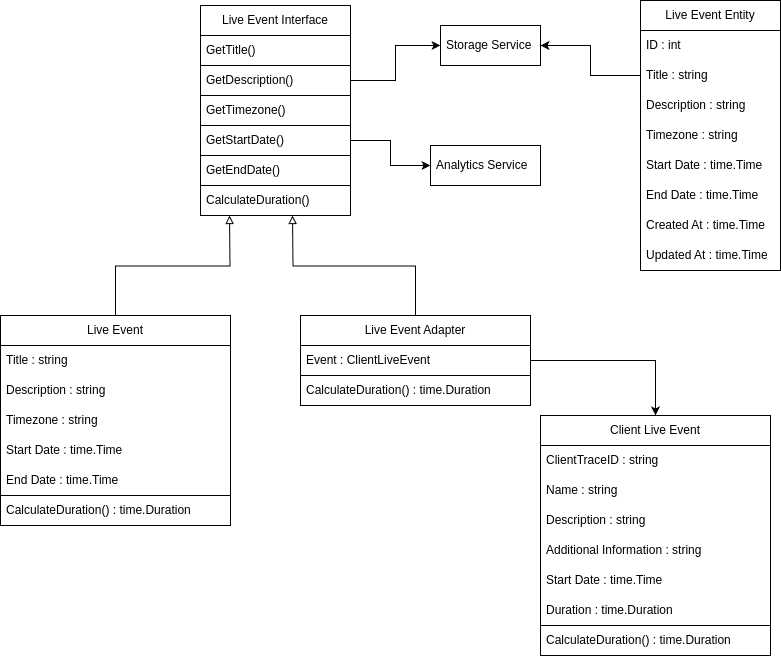
pintotomas/golang-tasks keeps this draw.io diagram as diagrams/task1/new.png. Above is the earlier version. Source tidied: cells renumbered, new cells last; positions are measured from the earlier drawing's top-left corner, leaving out a move shared by most shapes.
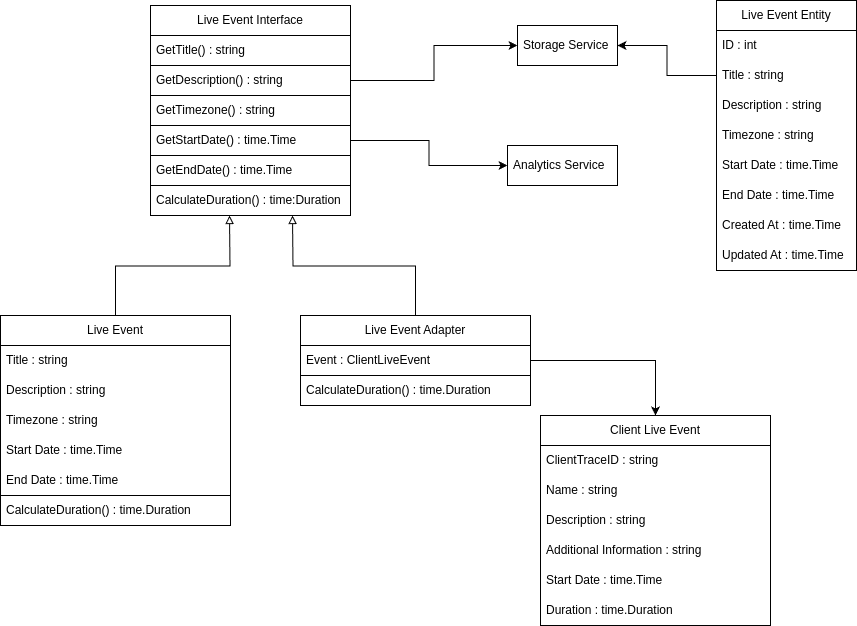
After the commit.

Diff of the diagram source:
```diff
@@ -3,10 +3,10 @@
     <mxCell id="0" />
     <mxCell id="1" parent="0" />
     <mxCell id="2" value="Storage Service" style="rounded=0;whiteSpace=wrap;html=1;strokeColor=default;align=left;verticalAlign=middle;spacingLeft=4;spacingRight=4;fontFamily=Helvetica;fontSize=12;fontColor=default;fillColor=none;gradientColor=none;" parent="1" vertex="1">
-      <mxGeometry x="440" y="25" width="100" height="40" as="geometry" />
+      <mxGeometry x="517" y="25" width="100" height="40" as="geometry" />
     </mxCell>
     <mxCell id="3" value="Analytics Service" style="rounded=0;whiteSpace=wrap;html=1;strokeColor=default;align=left;verticalAlign=middle;spacingLeft=4;spacingRight=4;fontFamily=Helvetica;fontSize=12;fontColor=default;fillColor=none;gradientColor=none;" parent="1" vertex="1">
-      <mxGeometry x="430" y="145" width="110" height="40" as="geometry" />
+      <mxGeometry x="507" y="145" width="110" height="40" as="geometry" />
     </mxCell>
     <mxCell id="4" value="Live Event" style="swimlane;fontStyle=0;horizontal=1;startSize=30;whiteSpace=wrap;html=1;" parent="1" vertex="1">
       <mxGeometry y="315" width="230" height="210" as="geometry" />
@@ -30,7 +30,7 @@
       <mxGeometry y="180" width="230" height="30" as="geometry" />
     </mxCell>
     <mxCell id="11" value="Live Event Entity" style="swimlane;fontStyle=0;horizontal=1;startSize=30;whiteSpace=wrap;html=1;" parent="1" vertex="1">
-      <mxGeometry x="640" width="140" height="270" as="geometry" />
+      <mxGeometry x="716" width="140" height="270" as="geometry" />
     </mxCell>
     <mxCell id="12" value="ID : int" style="text;strokeColor=none;fillColor=none;align=left;verticalAlign=middle;spacingLeft=4;spacingRight=4;overflow=hidden;whiteSpace=wrap;html=1;" parent="11" vertex="1">
       <mxGeometry y="30" width="140" height="30" as="geometry" />
@@ -60,25 +60,25 @@
       <mxGeometry relative="1" as="geometry" />
     </mxCell>
     <mxCell id="21" value="Live Event Interface" style="swimlane;fontStyle=0;horizontal=1;startSize=30;whiteSpace=wrap;html=1;" parent="1" vertex="1">
-      <mxGeometry x="200" y="5" width="150" height="210" as="geometry" />
+      <mxGeometry x="150" y="5" width="200" height="210" as="geometry" />
     </mxCell>
-    <mxCell id="22" value="GetTitle()" style="text;strokeColor=default;fillColor=none;align=left;verticalAlign=middle;spacingLeft=4;spacingRight=4;overflow=hidden;whiteSpace=wrap;html=1;" parent="21" vertex="1">
-      <mxGeometry y="30" width="150" height="30" as="geometry" />
+    <mxCell id="22" value="GetTitle() : string" style="text;strokeColor=default;fillColor=none;align=left;verticalAlign=middle;spacingLeft=4;spacingRight=4;overflow=hidden;whiteSpace=wrap;html=1;" parent="21" vertex="1">
+      <mxGeometry y="30" width="200" height="30" as="geometry" />
     </mxCell>
-    <mxCell id="23" value="GetDescription()" style="text;strokeColor=default;fillColor=none;align=left;verticalAlign=middle;spacingLeft=4;spacingRight=4;overflow=hidden;points=[[0,0.5],[1,0.5]];portConstraint=eastwest;whiteSpace=wrap;html=1;" parent="21" vertex="1">
-      <mxGeometry y="60" width="150" height="30" as="geometry" />
+    <mxCell id="23" value="GetDescription() : string" style="text;strokeColor=default;fillColor=none;align=left;verticalAlign=middle;spacingLeft=4;spacingRight=4;overflow=hidden;points=[[0,0.5],[1,0.5]];portConstraint=eastwest;whiteSpace=wrap;html=1;" parent="21" vertex="1">
+      <mxGeometry y="60" width="200" height="30" as="geometry" />
     </mxCell>
-    <mxCell id="24" value="GetTimezone()" style="text;strokeColor=default;fillColor=none;align=left;verticalAlign=middle;spacingLeft=4;spacingRight=4;overflow=hidden;whiteSpace=wrap;html=1;" parent="21" vertex="1">
-      <mxGeometry y="90" width="150" height="30" as="geometry" />
+    <mxCell id="24" value="GetTimezone() : string" style="text;strokeColor=default;fillColor=none;align=left;verticalAlign=middle;spacingLeft=4;spacingRight=4;overflow=hidden;whiteSpace=wrap;html=1;" parent="21" vertex="1">
+      <mxGeometry y="90" width="200" height="30" as="geometry" />
     </mxCell>
-    <mxCell id="25" value="GetStartDate()" style="text;strokeColor=default;fillColor=none;align=left;verticalAlign=middle;spacingLeft=4;spacingRight=4;overflow=hidden;points=[[0,0.5],[1,0.5]];portConstraint=eastwest;whiteSpace=wrap;html=1;" parent="21" vertex="1">
-      <mxGeometry y="120" width="150" height="30" as="geometry" />
+    <mxCell id="25" value="GetStartDate() : time.Time" style="text;strokeColor=default;fillColor=none;align=left;verticalAlign=middle;spacingLeft=4;spacingRight=4;overflow=hidden;points=[[0,0.5],[1,0.5]];portConstraint=eastwest;whiteSpace=wrap;html=1;" parent="21" vertex="1">
+      <mxGeometry y="120" width="200" height="30" as="geometry" />
     </mxCell>
-    <mxCell id="26" value="GetEndDate()" style="text;strokeColor=default;fillColor=none;align=left;verticalAlign=middle;spacingLeft=4;spacingRight=4;overflow=hidden;whiteSpace=wrap;html=1;" parent="21" vertex="1">
-      <mxGeometry y="150" width="150" height="30" as="geometry" />
+    <mxCell id="26" value="GetEndDate() : time.Time" style="text;strokeColor=default;fillColor=none;align=left;verticalAlign=middle;spacingLeft=4;spacingRight=4;overflow=hidden;whiteSpace=wrap;html=1;" parent="21" vertex="1">
+      <mxGeometry y="150" width="200" height="30" as="geometry" />
     </mxCell>
-    <mxCell id="27" value="CalculateDuration()" style="text;strokeColor=default;fillColor=none;align=left;verticalAlign=middle;spacingLeft=4;spacingRight=4;overflow=hidden;whiteSpace=wrap;html=1;" parent="21" vertex="1">
-      <mxGeometry y="180" width="150" height="30" as="geometry" />
+    <mxCell id="27" value="CalculateDuration() : time:Duration" style="text;strokeColor=default;fillColor=none;align=left;verticalAlign=middle;spacingLeft=4;spacingRight=4;overflow=hidden;whiteSpace=wrap;html=1;" parent="21" vertex="1">
+      <mxGeometry y="180" width="200" height="30" as="geometry" />
     </mxCell>
     <mxCell id="28" value="Live Event Adapter" style="swimlane;fontStyle=0;horizontal=1;startSize=30;whiteSpace=wrap;html=1;" parent="1" vertex="1">
       <mxGeometry x="300" y="315" width="230" height="90" as="geometry" />
@@ -106,7 +106,7 @@
       <mxGeometry relative="1" as="geometry" />
     </mxCell>
     <mxCell id="35" value="Client Live Event" style="swimlane;fontStyle=0;horizontal=1;startSize=30;whiteSpace=wrap;html=1;" parent="1" vertex="1">
-      <mxGeometry x="540" y="415" width="230" height="240" as="geometry" />
+      <mxGeometry x="540" y="415" width="230" height="210" as="geometry" />
     </mxCell>
     <mxCell id="36" value="ClientTraceID : string" style="text;strokeColor=none;fillColor=none;align=left;verticalAlign=middle;spacingLeft=4;spacingRight=4;overflow=hidden;whiteSpace=wrap;html=1;" parent="35" vertex="1">
       <mxGeometry y="30" width="230" height="30" as="geometry" />
@@ -126,9 +126,6 @@
     <mxCell id="41" value="Duration : time.Duration" style="text;strokeColor=none;fillColor=none;align=left;verticalAlign=middle;spacingLeft=4;spacingRight=4;overflow=hidden;whiteSpace=wrap;html=1;" parent="35" vertex="1">
       <mxGeometry y="180" width="230" height="30" as="geometry" />
     </mxCell>
-    <mxCell id="42" value="CalculateDuration() : time.Duration" style="text;strokeColor=default;fillColor=none;align=left;verticalAlign=middle;spacingLeft=4;spacingRight=4;overflow=hidden;whiteSpace=wrap;html=1;" parent="35" vertex="1">
-      <mxGeometry y="210" width="230" height="30" as="geometry" />
-    </mxCell>
     <mxCell id="43" style="edgeStyle=orthogonalEdgeStyle;rounded=0;jettySize=auto;html=1;exitX=1;exitY=0.5;exitDx=0;exitDy=0;" parent="1" edge="1" source="29" target="35">
       <mxGeometry relative="1" as="geometry" />
     </mxCell>
```
